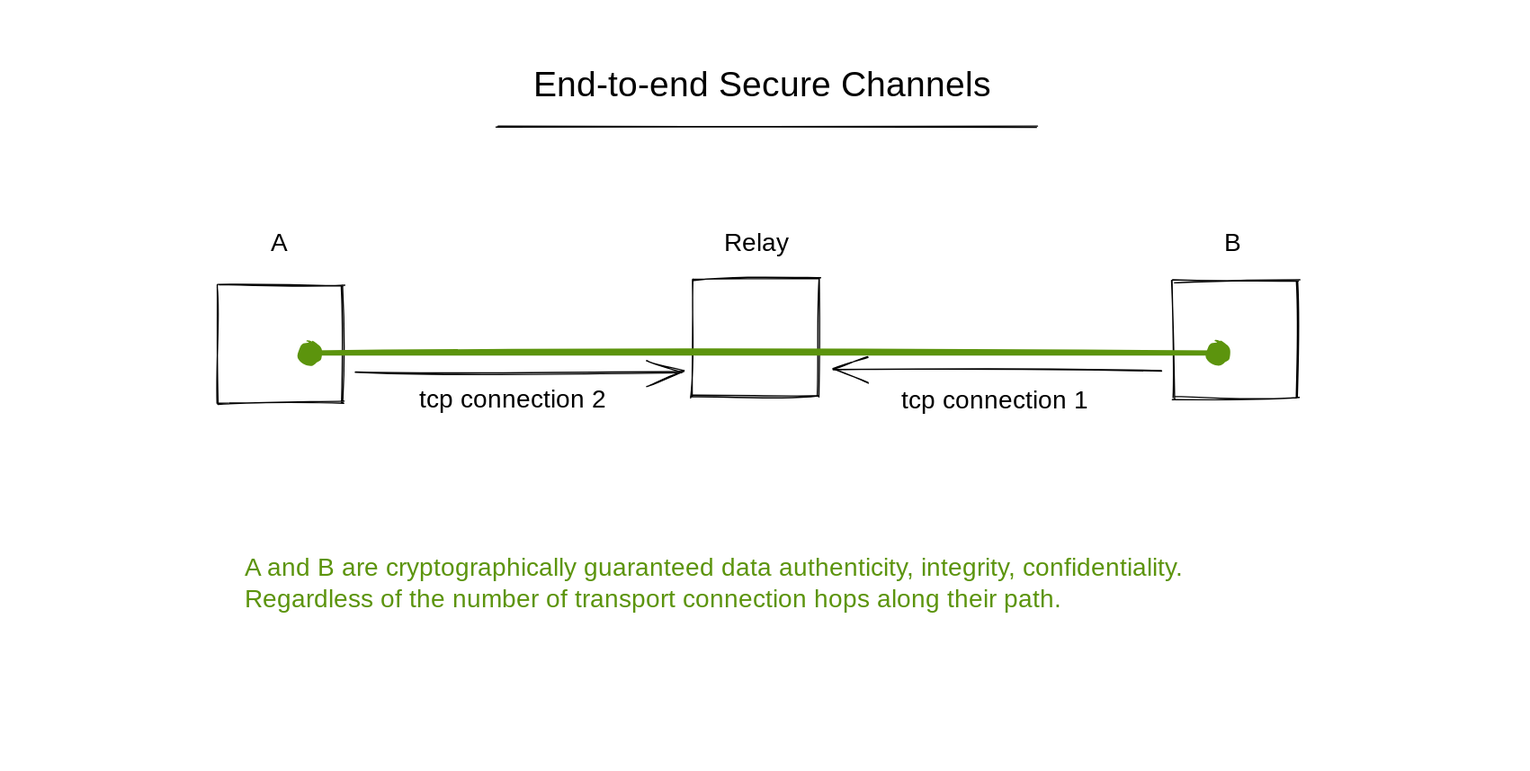
Before: .gitbook/assets/file.excalidraw.svg, a diagram exported from Excalidraw (build-trust/ockam-documentation). Source tidied: one line per element, renumbered; positions are measured from the earlier drawing's top-left corner, leaving out a move shared by most shapes.
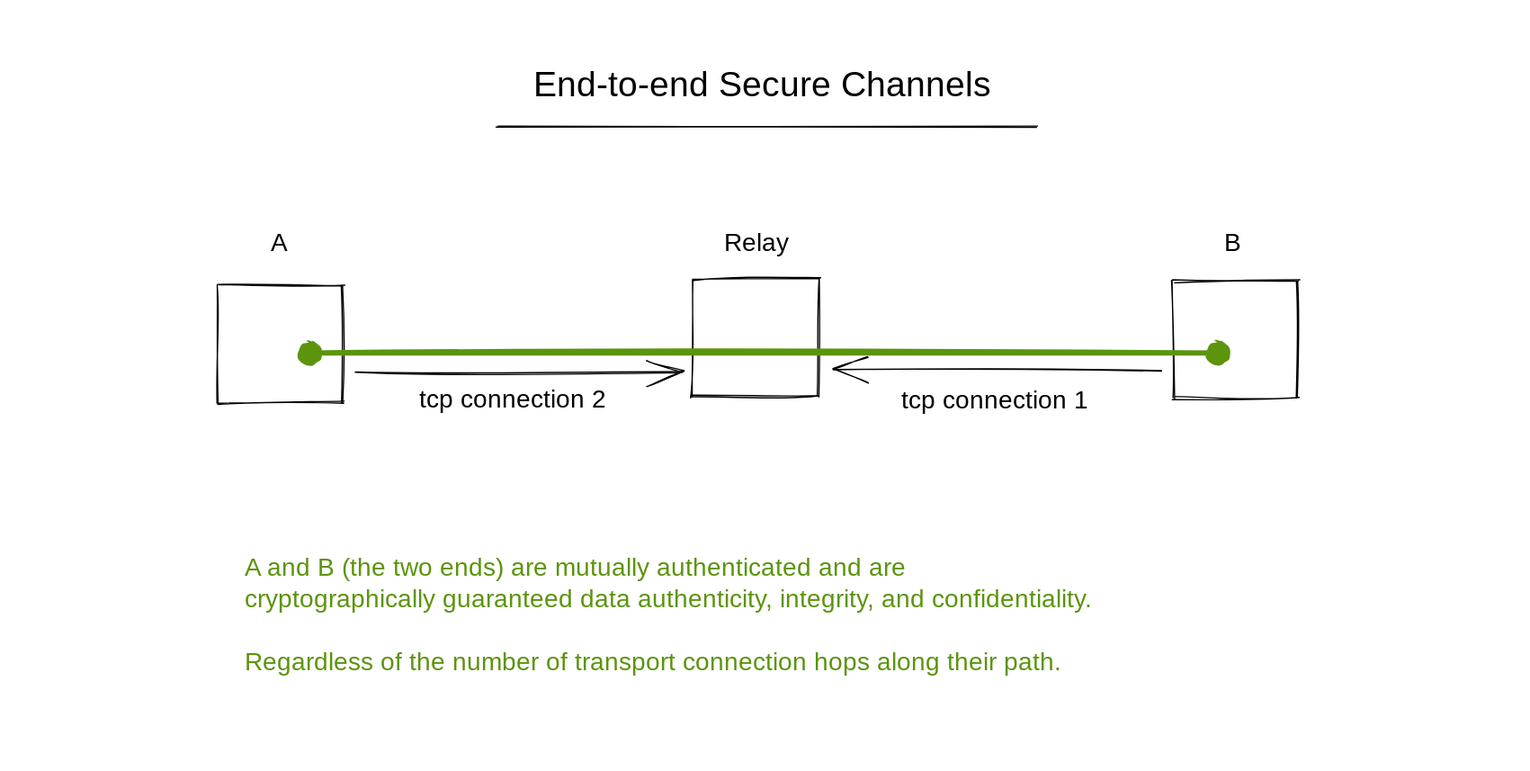
Above is the later version.

Commit message:
GITBOOK-1107: change request with no subject merged in GitBook

Change to the diagram source:
```diff
@@ -11,5 +11,5 @@
 {"id": 10, "type": "text", "text": "tcp connection 2", "strokeColor": "#000000", "strokeWidth": 1, "roughness": 1, "fontSize": 20, "fontFamily": 1, "x": 323, "y": 296, "width": 164, "height": 25}
 {"id": 11, "type": "text", "text": "tcp connection 1", "strokeColor": "#000000", "strokeWidth": 1, "roughness": 1, "fontSize": 20, "fontFamily": 1, "x": 706, "y": 296, "width": 156, "height": 25}
 {"id": 12, "type": "text", "text": "End-to-end Secure Channels", "strokeColor": "#000000", "strokeWidth": 1, "roughness": 1, "fontSize": 28, "fontFamily": 1, "x": 413, "y": 42, "width": 381, "height": 36}
-{"id": 13, "type": "text", "text": "A and B are cryptographically guaranteed data authenticity, integrity, confidentiality.\nRegardless of the number of transport connection hops along their path.", "strokeColor": "#5c940d", "strokeWidth": 1, "roughness": 1, "fontSize": 20, "fontFamily": 1, "x": 185, "y": 429, "width": 853, "height": 50}
+{"id": 13, "type": "text", "text": "A and B (the two ends) are mutually authenticated and are\ncryptographically guaranteed data authenticity, integrity, and confidentiality.\n\nRegardless of the number of transport connection hops along their path.", "strokeColor": "#5c940d", "strokeWidth": 1, "roughness": 1, "fontSize": 20, "fontFamily": 1, "x": 185, "y": 429, "width": 763, "height": 100}
 {"id": 14, "type": "line", "strokeColor": "#000000", "strokeWidth": 1, "roughness": 1, "round": true, "x": 385, "y": 90, "width": 429, "height": 1, "points": [[0, 0], [429, 1]]}
```
